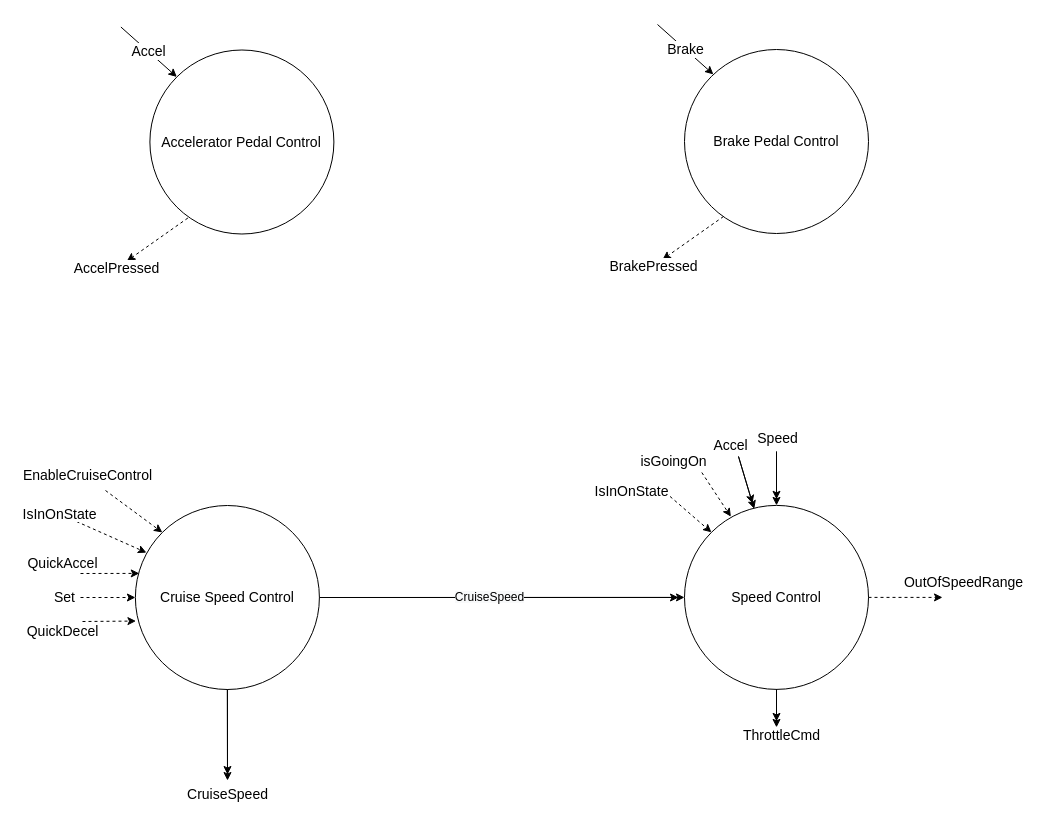
jacoballen4534/Cruise-Controller keeps this draw.io diagram as Diagrams/driving_control_refinement.drawio. Above is the earlier version. Source tidied: cells renumbered, new cells numbered last; positions are measured from the earlier drawing's top-left corner, leaving out a move shared by most shapes. Both pictures are drawn from the tidied source at 100%, with x=0, y=0 at pixel (17, 24).
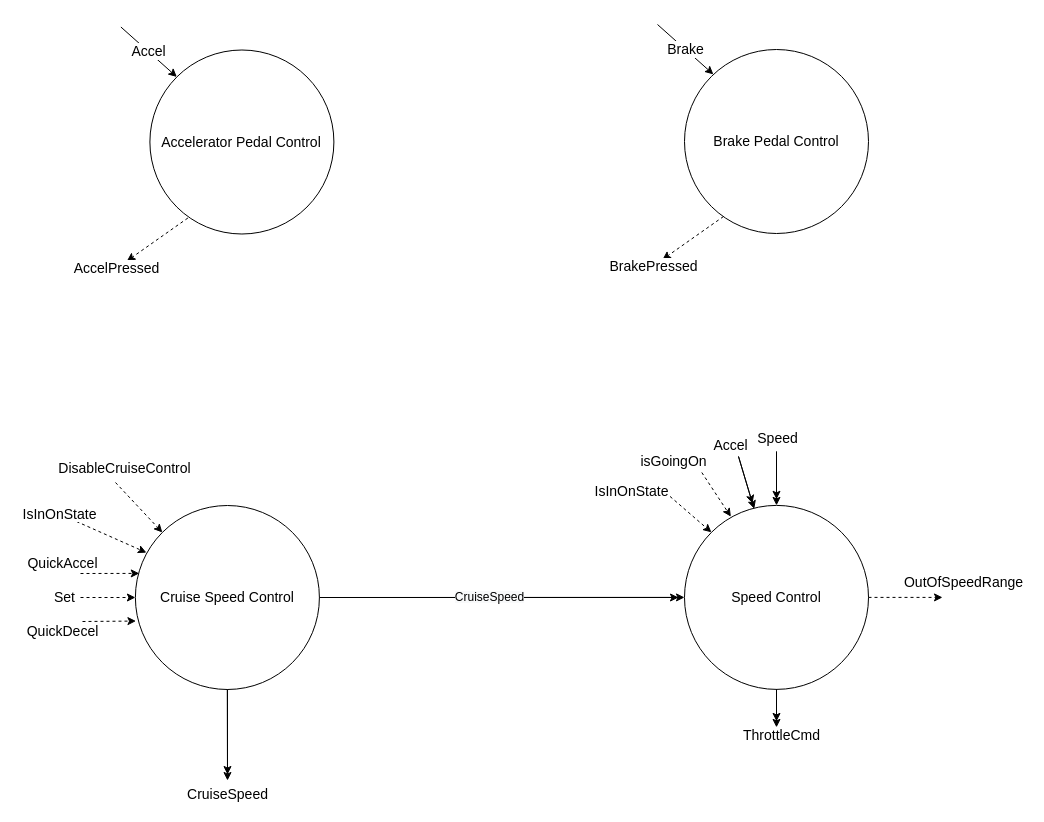
The same page after the edit.

Commit message (it also covers changes not shown here):
Update diagrams to add DisableCruiseControl back to CruiseSpeedControl.

The change refers to these unchanged cells:
```xml
<mxCell id="5" value="Cruise Speed Control" style="ellipse;whiteSpace=wrap;html=1;fontSize=14;" parent="1" vertex="1">
  <mxGeometry x="117.9" y="481" width="184" height="184" as="geometry" />
</mxCell>
```

Change to the diagram source:
```diff
@@
-    <mxCell id="30" style="endArrow=classic;html=1;strokeColor=#000000;fontSize=14;entryX=0;entryY=0;entryDx=0;entryDy=0;dashed=1;" parent="1" edge="1" target="5">
-      <mxGeometry relative="1" as="geometry">
-        <mxPoint x="88" y="466" as="sourcePoint" />
-      </mxGeometry>
-    </mxCell>
-    <mxCell id="31" value="&lt;font style=&quot;font-size: 14px&quot;&gt;&lt;font style=&quot;font-size: 14px&quot;&gt;Enable&lt;/font&gt;CruiseControl&lt;/font&gt;" style="edgeLabel;html=1;align=center;verticalAlign=middle;" parent="30" vertex="1">
-      <mxGeometry x="-0.56" y="1" relative="1" as="geometry">
-        <mxPoint x="-32.4" y="-23.7" as="offset" />
-      </mxGeometry>
-    </mxCell>
@@
+    <mxCell id="41" style="endArrow=classic;html=1;entryX=0;entryY=0;entryDx=0;entryDy=0;dashed=1;" parent="1" edge="1" target="5">
+      <mxGeometry relative="1" as="geometry">
+        <mxPoint x="98" y="458" as="sourcePoint" />
+      </mxGeometry>
+    </mxCell>
+    <mxCell id="42" value="&lt;font style=&quot;font-size: 14px&quot;&gt;DisableCruiseControl&lt;/font&gt;" style="edgeLabel;html=1;align=center;verticalAlign=middle;" parent="41" vertex="1">
+      <mxGeometry x="-0.37" y="2" relative="1" as="geometry">
+        <mxPoint x="-8.2" y="-29.3" as="offset" />
+      </mxGeometry>
+    </mxCell>
```
